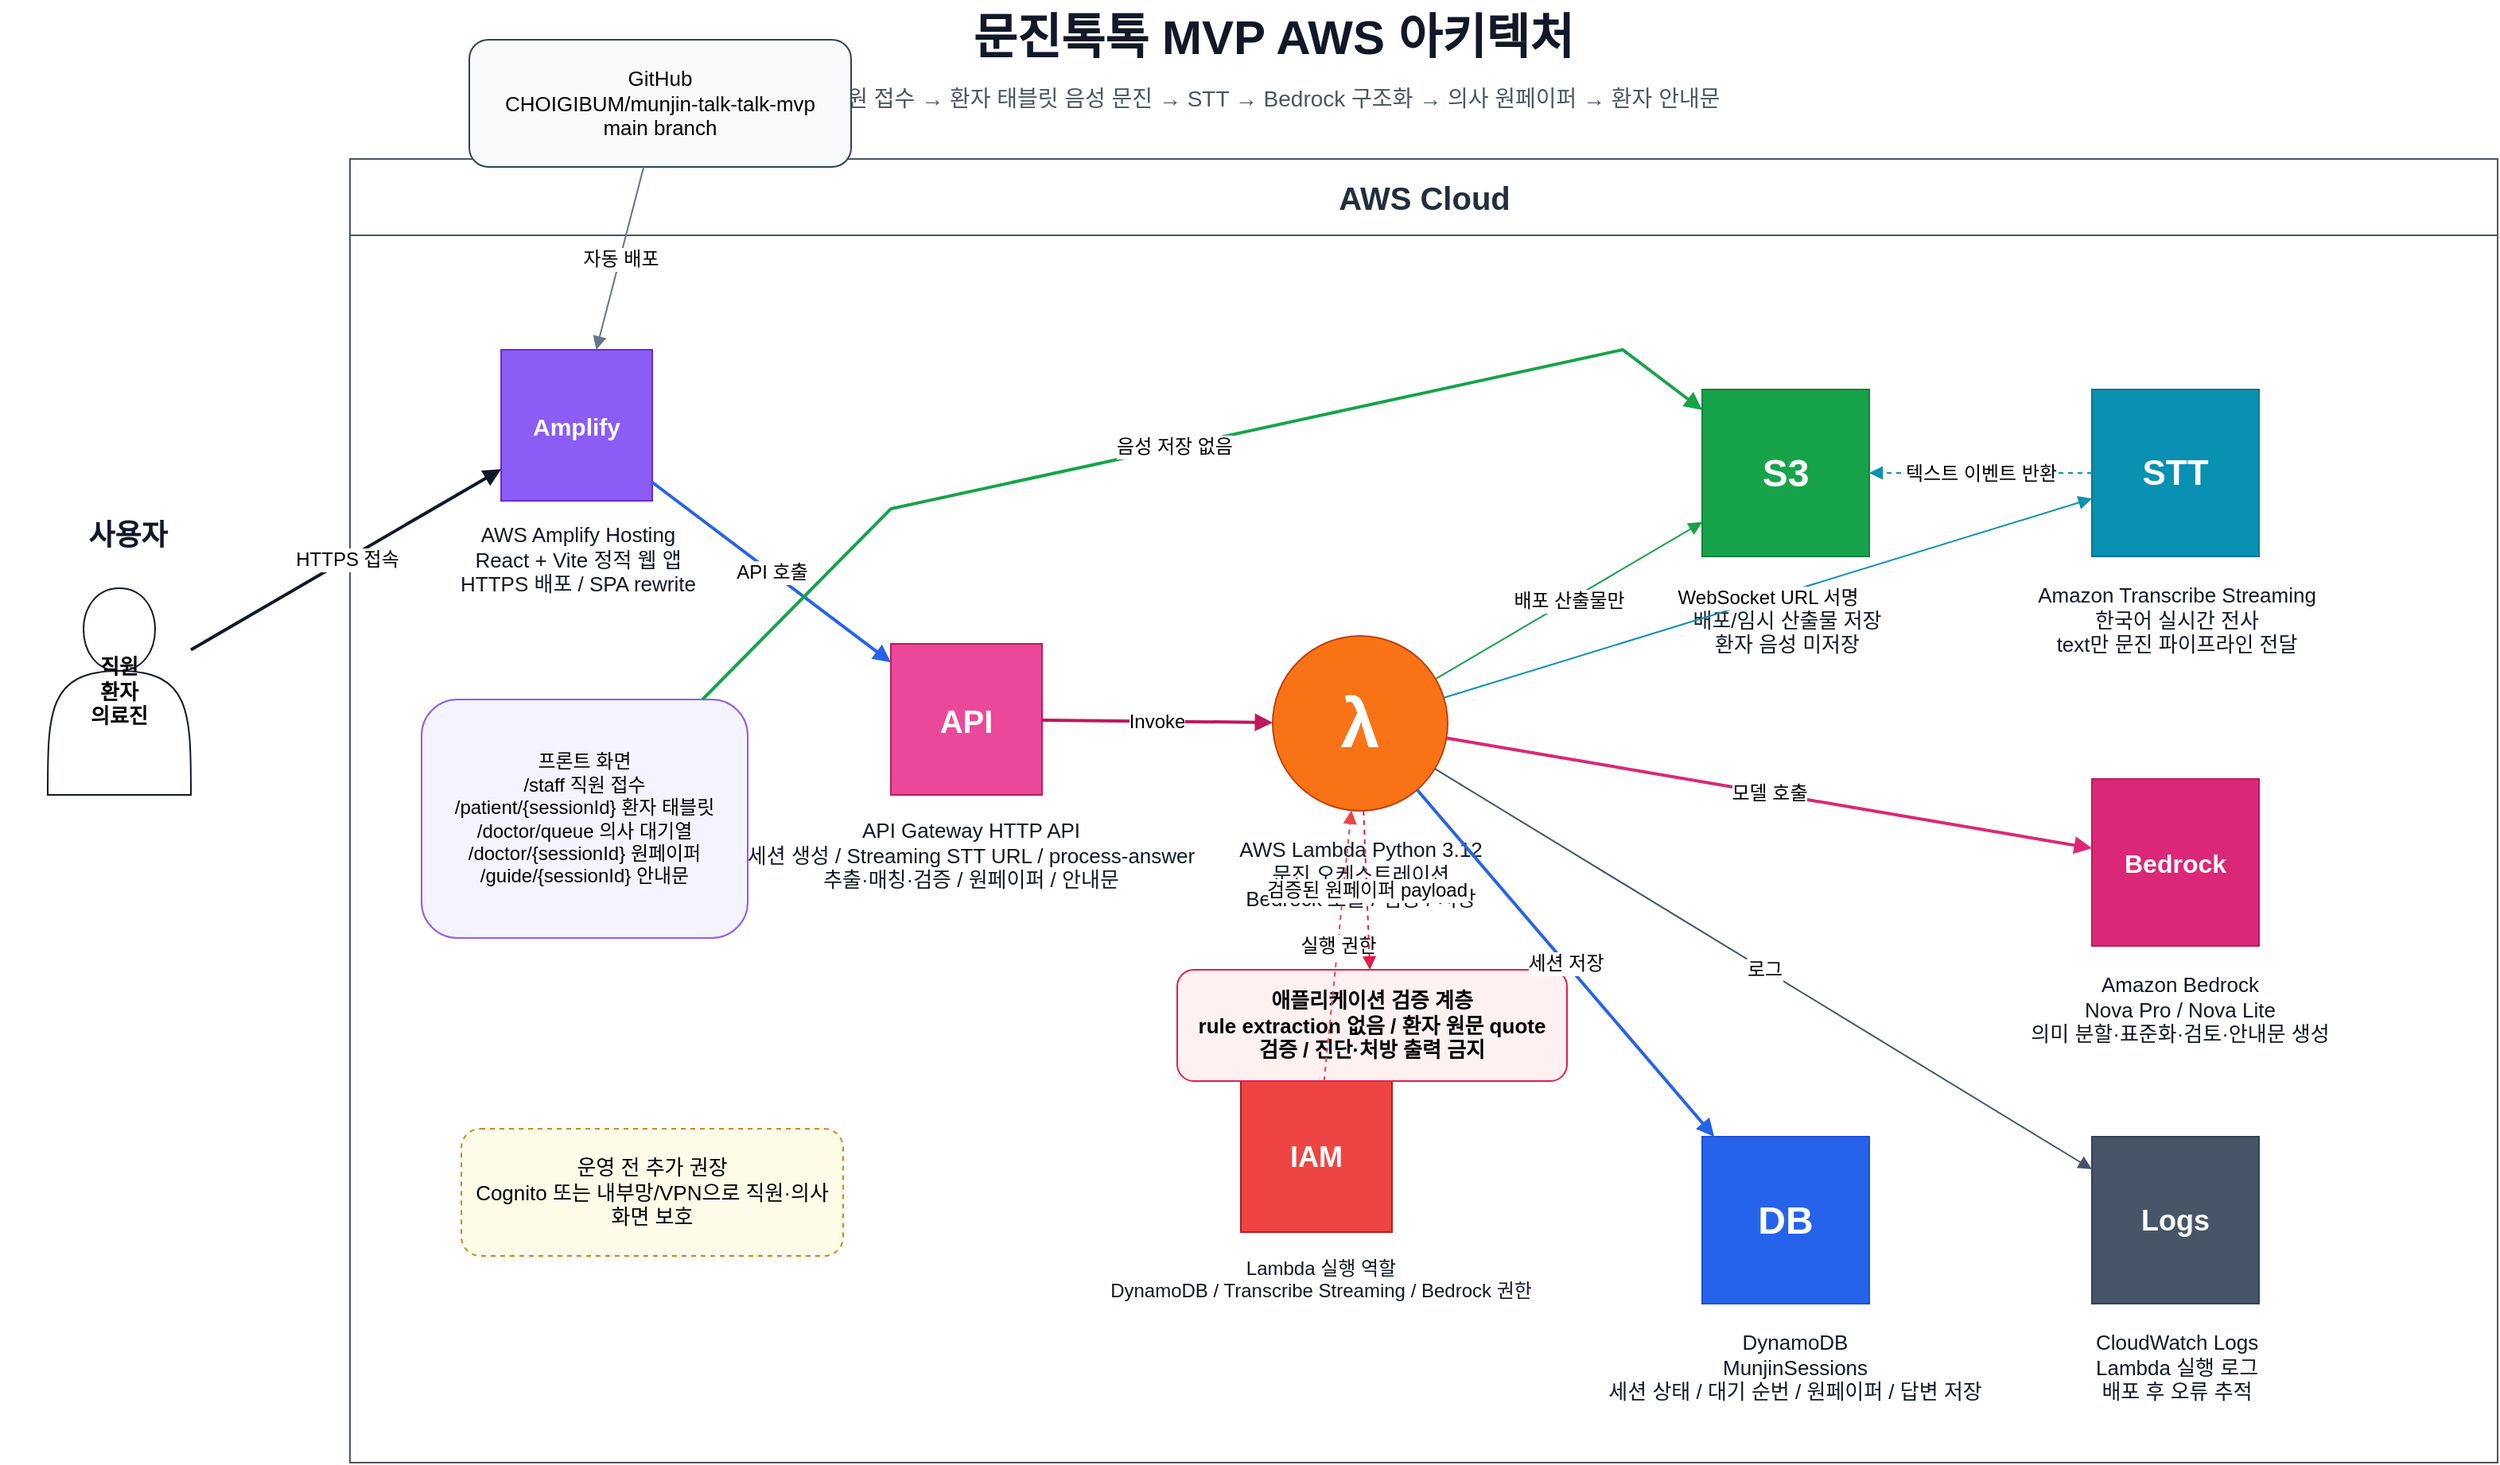
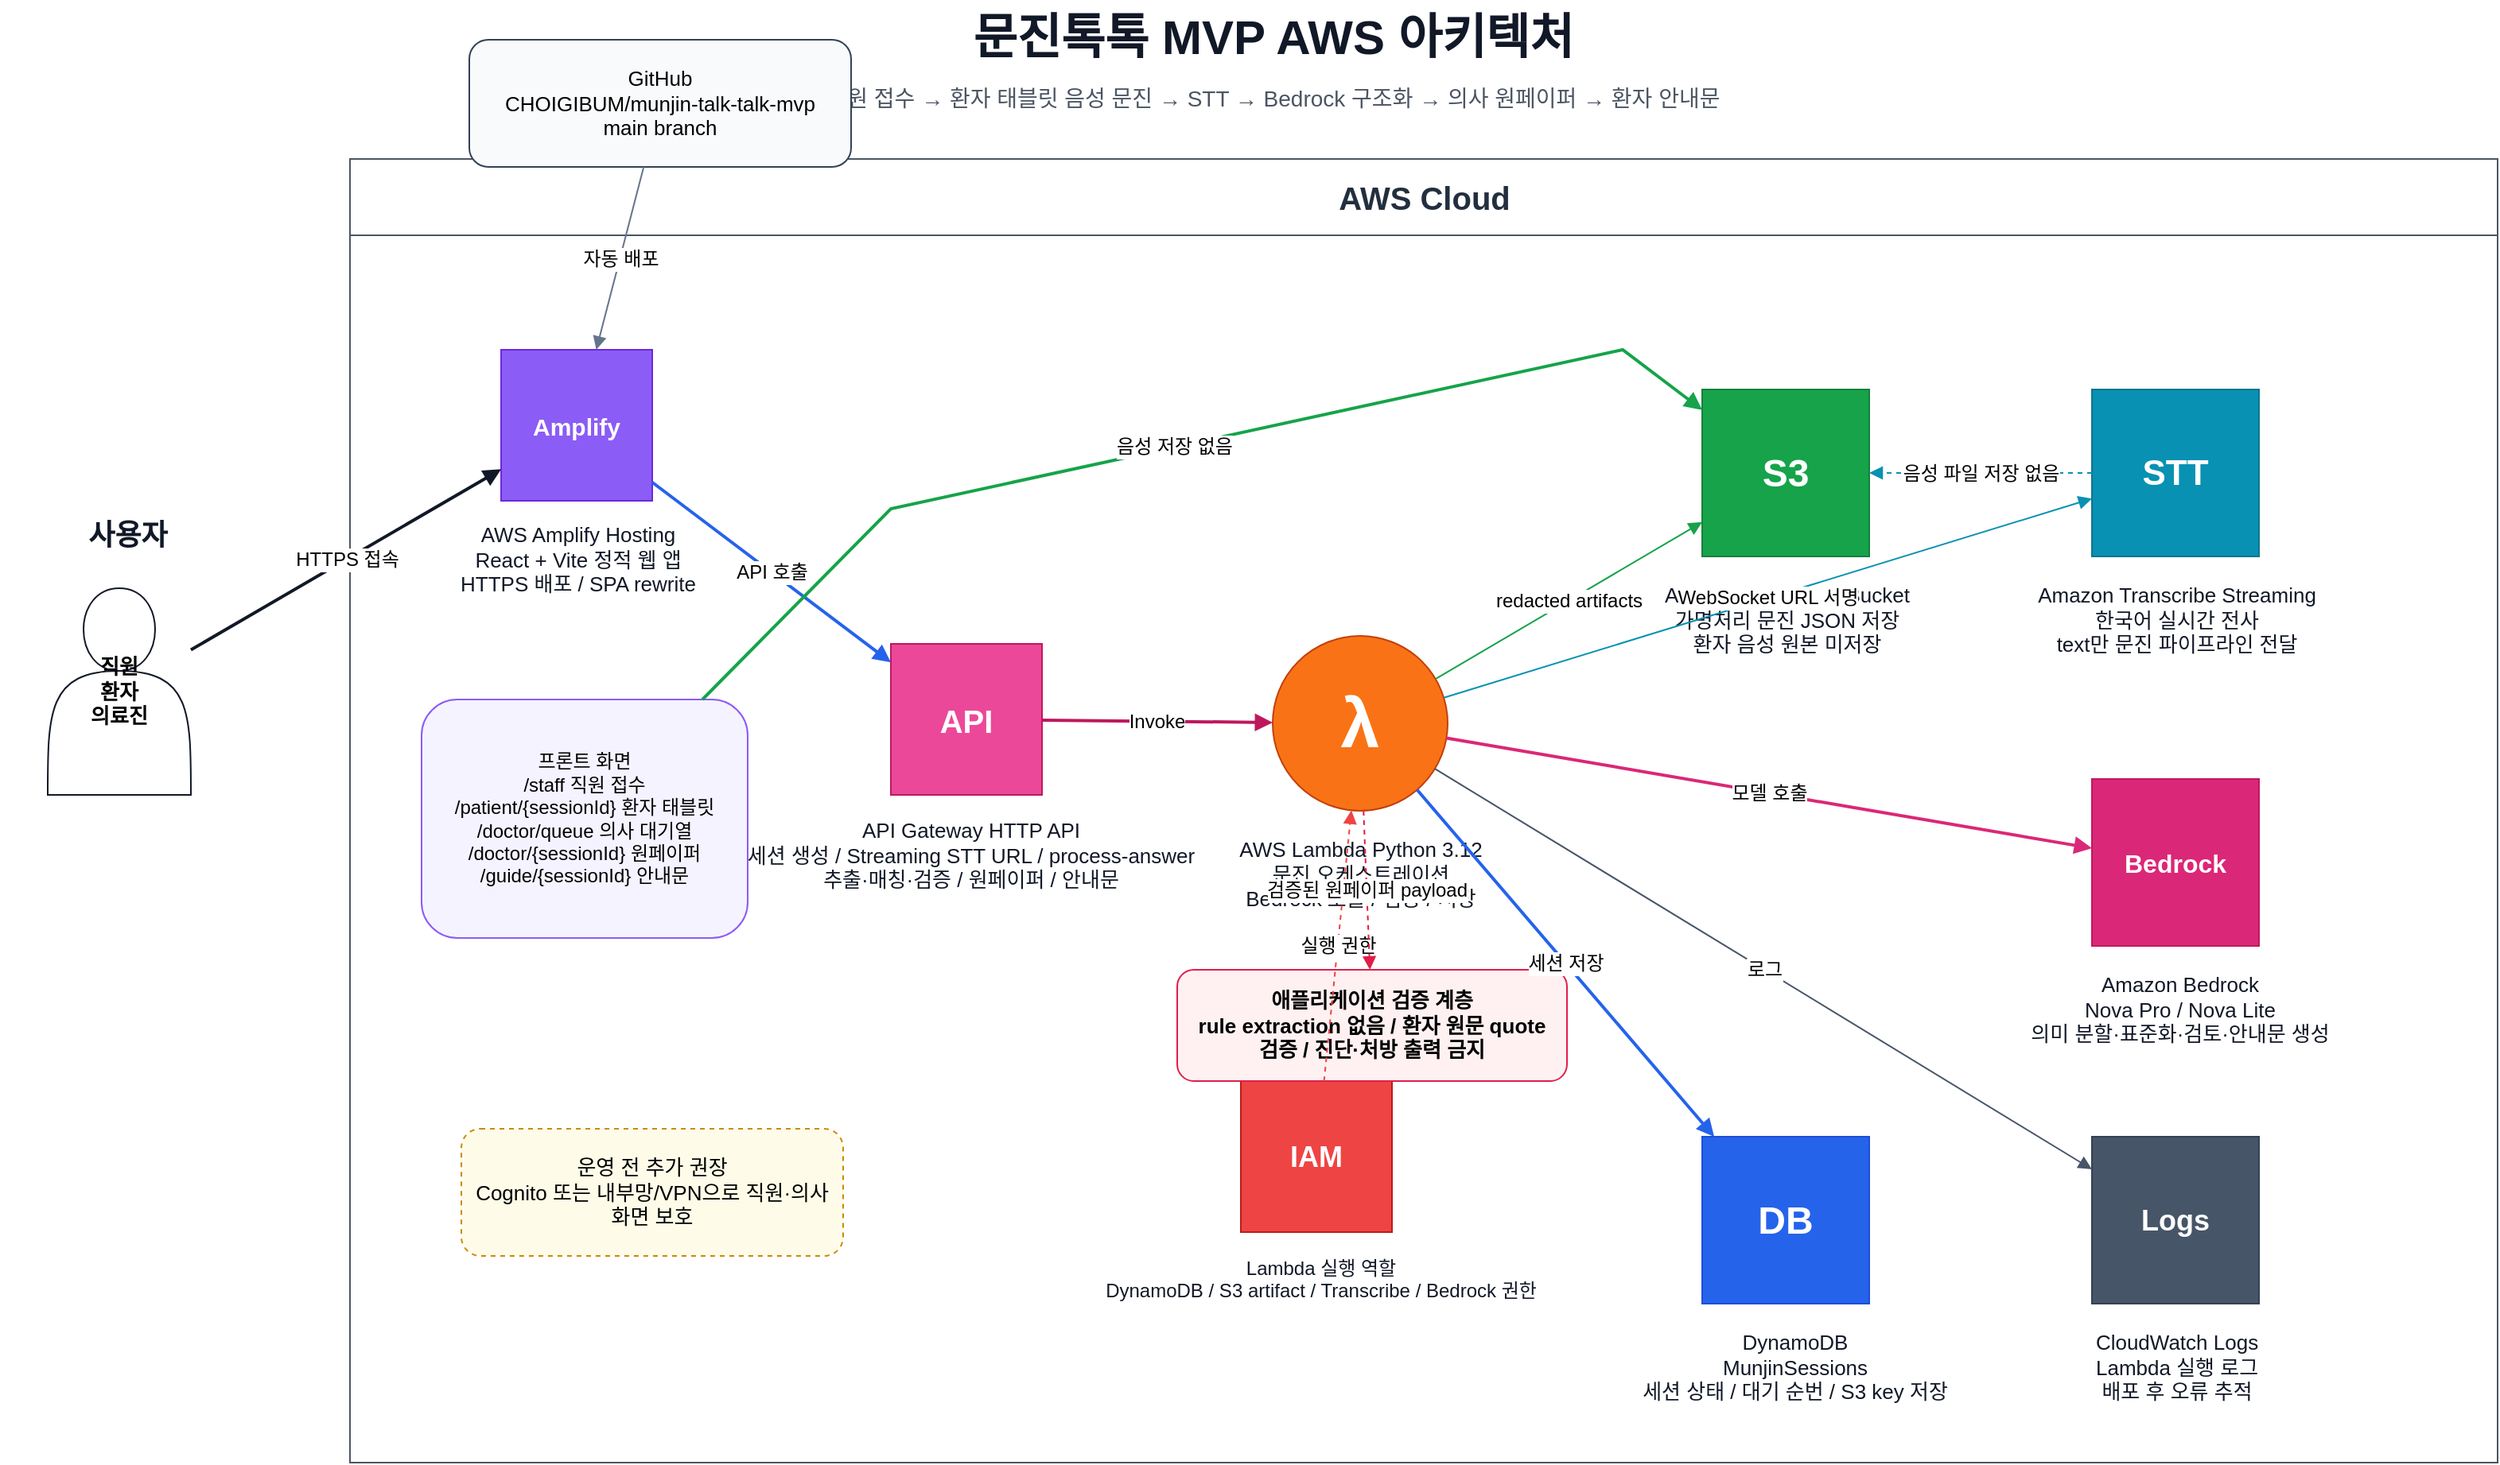
<mxfile host="app.diagrams.net" modified="2026-05-31T04:10:00.000Z" agent="Codex" version="24.7.17" type="device">
  <diagram id="munjin-architecture-ko" name="문진톡톡 MVP 아키텍처">
    <mxGraphModel dx="1700" dy="1050" grid="1" gridSize="10" guides="1" tooltips="1" connect="1" arrows="1" fold="1" page="1" pageScale="1" pageWidth="1700" pageHeight="1050" math="0" shadow="0">
      <root>
        <mxCell id="0" />
        <mxCell id="1" parent="0" />

        <mxCell id="title" value="문진톡톡 MVP AWS 아키텍처" style="text;html=1;strokeColor=none;fillColor=none;fontSize=30;fontStyle=1;fontColor=#111827;align=center;verticalAlign=middle;" vertex="1" parent="1">
          <mxGeometry x="470" y="30" width="760" height="45" as="geometry" />
        </mxCell>
        <mxCell id="subtitle" value="직원 접수 → 환자 태블릿 음성 문진 → STT → Bedrock 구조화 → 의사 원페이퍼 → 환자 안내문" style="text;html=1;strokeColor=none;fillColor=none;fontSize=14;fontColor=#4b5563;align=center;verticalAlign=middle;" vertex="1" parent="1">
          <mxGeometry x="360" y="78" width="980" height="28" as="geometry" />
        </mxCell>

        <mxCell id="awsCloud" value="AWS Cloud" style="swimlane;html=1;rounded=0;strokeColor=#4b5563;fillColor=#ffffff;fontSize=20;fontStyle=1;fontColor=#232f3e;startSize=48;horizontal=1;" vertex="1" parent="1">
          <mxGeometry x="270" y="130" width="1350" height="820" as="geometry" />
        </mxCell>

        <mxCell id="usersTitle" value="사용자" style="text;html=1;strokeColor=none;fillColor=none;fontSize=18;fontStyle=1;fontColor=#111827;align=center;" vertex="1" parent="1">
          <mxGeometry x="50" y="350" width="160" height="35" as="geometry" />
        </mxCell>
        <mxCell id="usersIcon" value="직원&#xa;환자&#xa;의료진" style="shape=actor;whiteSpace=wrap;html=1;fillColor=#ffffff;strokeColor=#111827;fontSize=13;fontStyle=1;" vertex="1" parent="1">
          <mxGeometry x="80" y="400" width="90" height="130" as="geometry" />
        </mxCell>

        <mxCell id="github" value="GitHub&#xa;CHOIGIBUM/munjin-talk-talk-mvp&#xa;main branch" style="rounded=1;whiteSpace=wrap;html=1;fillColor=#f8fafc;strokeColor=#334155;fontSize=13;spacing=8;" vertex="1" parent="1">
          <mxGeometry x="345" y="55" width="240" height="80" as="geometry" />
        </mxCell>

        <mxCell id="amplifyIcon" value="Amplify" style="rounded=0;whiteSpace=wrap;html=1;fillColor=#8b5cf6;strokeColor=#6d28d9;fontColor=#ffffff;fontSize=15;fontStyle=1;align=center;verticalAlign=middle;" vertex="1" parent="awsCloud">
          <mxGeometry x="95" y="120" width="95" height="95" as="geometry" />
        </mxCell>
        <mxCell id="amplifyLabel" value="AWS Amplify Hosting&#xa;React + Vite 정적 웹 앱&#xa;HTTPS 배포 / SPA rewrite" style="text;html=1;strokeColor=none;fillColor=none;fontSize=13;fontColor=#111827;align=center;" vertex="1" parent="awsCloud">
          <mxGeometry x="55" y="222" width="175" height="70" as="geometry" />
        </mxCell>

        <mxCell id="routes" value="프론트 화면&#xa;/staff 직원 접수&#xa;/patient/{sessionId} 환자 태블릿&#xa;/doctor/queue 의사 대기열&#xa;/doctor/{sessionId} 원페이퍼&#xa;/guide/{sessionId} 안내문" style="rounded=1;whiteSpace=wrap;html=1;fillColor=#f5f3ff;strokeColor=#8b5cf6;fontSize=12;spacing=8;" vertex="1" parent="awsCloud">
          <mxGeometry x="45" y="340" width="205" height="150" as="geometry" />
        </mxCell>

        <mxCell id="apiIcon" value="API" style="rounded=0;whiteSpace=wrap;html=1;fillColor=#ec4899;strokeColor=#be185d;fontColor=#ffffff;fontSize=20;fontStyle=1;align=center;verticalAlign=middle;" vertex="1" parent="awsCloud">
          <mxGeometry x="340" y="305" width="95" height="95" as="geometry" />
        </mxCell>
        <mxCell id="apiLabel" value="API Gateway HTTP API&#xa;세션 생성 / Streaming STT URL / process-answer&#xa;추출·매칭·검증 / 원페이퍼 / 안내문" style="text;html=1;strokeColor=none;fillColor=none;fontSize=13;fontColor=#111827;align=center;" vertex="1" parent="awsCloud">
          <mxGeometry x="270" y="408" width="240" height="70" as="geometry" />
        </mxCell>

        <mxCell id="lambdaIcon" value="λ" style="ellipse;whiteSpace=wrap;html=1;fillColor=#f97316;strokeColor=#c2410c;fontColor=#ffffff;fontSize=44;fontStyle=1;align=center;verticalAlign=middle;" vertex="1" parent="awsCloud">
          <mxGeometry x="580" y="300" width="110" height="110" as="geometry" />
        </mxCell>
        <mxCell id="lambdaLabel" value="AWS Lambda Python 3.12&#xa;문진 오케스트레이션&#xa;Bedrock 호출 / 검증 / 저장" style="text;html=1;strokeColor=none;fillColor=none;fontSize=13;fontColor=#111827;align=center;" vertex="1" parent="awsCloud">
          <mxGeometry x="520" y="420" width="230" height="65" as="geometry" />
        </mxCell>

        <mxCell id="iamIcon" value="IAM" style="rounded=0;whiteSpace=wrap;html=1;fillColor=#ef4444;strokeColor=#b91c1c;fontColor=#ffffff;fontSize=18;fontStyle=1;align=center;verticalAlign=middle;" vertex="1" parent="awsCloud">
          <mxGeometry x="560" y="580" width="95" height="95" as="geometry" />
        </mxCell>
-         <mxCell id="iamLabel" value="Lambda 실행 역할&#xa;DynamoDB / Transcribe Streaming / Bedrock 권한" style="text;html=1;strokeColor=none;fillColor=none;fontSize=12;fontColor=#111827;align=center;" vertex="1" parent="awsCloud">
+         <mxCell id="iamLabel" value="Lambda 실행 역할&#xa;DynamoDB / S3 artifact / Transcribe / Bedrock 권한" style="text;html=1;strokeColor=none;fillColor=none;fontSize=12;fontColor=#111827;align=center;" vertex="1" parent="awsCloud">
          <mxGeometry x="500" y="684" width="220" height="52" as="geometry" />
        </mxCell>

        <mxCell id="s3Icon" value="S3" style="rounded=0;whiteSpace=wrap;html=1;fillColor=#16a34a;strokeColor=#15803d;fontColor=#ffffff;fontSize=24;fontStyle=1;align=center;verticalAlign=middle;" vertex="1" parent="awsCloud">
          <mxGeometry x="850" y="145" width="105" height="105" as="geometry" />
        </mxCell>
-         <mxCell id="s3Label" value="Amazon S3&#xa;배포/임시 산출물 저장&#xa;환자 음성 미저장" style="text;html=1;strokeColor=none;fillColor=none;fontSize=13;fontColor=#111827;align=center;" vertex="1" parent="awsCloud">
+         <mxCell id="s3Label" value="Amazon S3 Artifact Bucket&#xa;가명처리 문진 JSON 저장&#xa;환자 음성 원본 미저장" style="text;html=1;strokeColor=none;fillColor=none;fontSize=13;fontColor=#111827;align=center;" vertex="1" parent="awsCloud">
          <mxGeometry x="785" y="260" width="235" height="65" as="geometry" />
        </mxCell>

        <mxCell id="transcribeIcon" value="STT" style="rounded=0;whiteSpace=wrap;html=1;fillColor=#0891b2;strokeColor=#0e7490;fontColor=#ffffff;fontSize=22;fontStyle=1;align=center;verticalAlign=middle;" vertex="1" parent="awsCloud">
          <mxGeometry x="1095" y="145" width="105" height="105" as="geometry" />
        </mxCell>
        <mxCell id="transcribeLabel" value="Amazon Transcribe Streaming&#xa;한국어 실시간 전사&#xa;text만 문진 파이프라인 전달" style="text;html=1;strokeColor=none;fillColor=none;fontSize=13;fontColor=#111827;align=center;" vertex="1" parent="awsCloud">
          <mxGeometry x="1040" y="260" width="215" height="65" as="geometry" />
        </mxCell>

        <mxCell id="bedrockIcon" value="Bedrock" style="rounded=0;whiteSpace=wrap;html=1;fillColor=#db2777;strokeColor=#be185d;fontColor=#ffffff;fontSize=16;fontStyle=1;align=center;verticalAlign=middle;" vertex="1" parent="awsCloud">
          <mxGeometry x="1095" y="390" width="105" height="105" as="geometry" />
        </mxCell>
        <mxCell id="bedrockLabel" value="Amazon Bedrock&#xa;Nova Pro / Nova Lite&#xa;의미 분할·표준화·검토·안내문 생성" style="text;html=1;strokeColor=none;fillColor=none;fontSize=13;fontColor=#111827;align=center;" vertex="1" parent="awsCloud">
          <mxGeometry x="1015" y="505" width="270" height="65" as="geometry" />
        </mxCell>

        <mxCell id="ddbIcon" value="DB" style="rounded=0;whiteSpace=wrap;html=1;fillColor=#2563eb;strokeColor=#1d4ed8;fontColor=#ffffff;fontSize=24;fontStyle=1;align=center;verticalAlign=middle;" vertex="1" parent="awsCloud">
          <mxGeometry x="850" y="615" width="105" height="105" as="geometry" />
        </mxCell>
-         <mxCell id="ddbLabel" value="DynamoDB&#xa;MunjinSessions&#xa;세션 상태 / 대기 순번 / 원페이퍼 / 답변 저장" style="text;html=1;strokeColor=none;fillColor=none;fontSize=13;fontColor=#111827;align=center;" vertex="1" parent="awsCloud">
+         <mxCell id="ddbLabel" value="DynamoDB&#xa;MunjinSessions&#xa;세션 상태 / 대기 순번 / S3 key 저장" style="text;html=1;strokeColor=none;fillColor=none;fontSize=13;fontColor=#111827;align=center;" vertex="1" parent="awsCloud">
          <mxGeometry x="785" y="730" width="245" height="65" as="geometry" />
        </mxCell>

        <mxCell id="cloudwatchIcon" value="Logs" style="rounded=0;whiteSpace=wrap;html=1;fillColor=#475569;strokeColor=#334155;fontColor=#ffffff;fontSize=18;fontStyle=1;align=center;verticalAlign=middle;" vertex="1" parent="awsCloud">
          <mxGeometry x="1095" y="615" width="105" height="105" as="geometry" />
        </mxCell>
        <mxCell id="cloudwatchLabel" value="CloudWatch Logs&#xa;Lambda 실행 로그&#xa;배포 후 오류 추적" style="text;html=1;strokeColor=none;fillColor=none;fontSize=13;fontColor=#111827;align=center;" vertex="1" parent="awsCloud">
          <mxGeometry x="1035" y="730" width="225" height="65" as="geometry" />
        </mxCell>

        <mxCell id="guardrail" value="애플리케이션 검증 계층&#xa;rule extraction 없음 / 환자 원문 quote 검증 / 진단·처방 출력 금지" style="rounded=1;whiteSpace=wrap;html=1;fillColor=#fff1f2;strokeColor=#e11d48;fontSize=13;fontStyle=1;spacing=8;" vertex="1" parent="awsCloud">
          <mxGeometry x="520" y="510" width="245" height="70" as="geometry" />
        </mxCell>

        <mxCell id="futureSecurity" value="운영 전 추가 권장&#xa;Cognito 또는 내부망/VPN으로 직원·의사 화면 보호" style="rounded=1;whiteSpace=wrap;html=1;dashed=1;fillColor=#fefce8;strokeColor=#ca8a04;fontSize=13;spacing=8;" vertex="1" parent="awsCloud">
          <mxGeometry x="70" y="610" width="240" height="80" as="geometry" />
        </mxCell>

        <mxCell id="eGitAmplify" value="자동 배포" style="endArrow=block;html=1;rounded=0;strokeColor=#64748b;fontSize=12;" edge="1" parent="1" source="github" target="amplifyIcon">
          <mxGeometry relative="1" as="geometry" />
        </mxCell>
        <mxCell id="eUserAmplify" value="HTTPS 접속" style="endArrow=block;html=1;rounded=0;strokeColor=#111827;fontSize=12;strokeWidth=2;" edge="1" parent="1" source="usersIcon" target="amplifyIcon">
          <mxGeometry relative="1" as="geometry" />
        </mxCell>
        <mxCell id="eAmplifyApi" value="API 호출" style="endArrow=block;html=1;rounded=0;strokeColor=#2563eb;fontSize=12;strokeWidth=2;" edge="1" parent="1" source="amplifyIcon" target="apiIcon">
          <mxGeometry relative="1" as="geometry" />
        </mxCell>
        <mxCell id="eApiLambda" value="Invoke" style="endArrow=block;html=1;rounded=0;strokeColor=#be185d;fontSize=12;strokeWidth=2;" edge="1" parent="1" source="apiIcon" target="lambdaIcon">
          <mxGeometry relative="1" as="geometry" />
        </mxCell>
        <mxCell id="ePatientS3" value="음성 저장 없음" style="endArrow=block;html=1;rounded=0;strokeColor=#16a34a;fontSize=12;strokeWidth=2;" edge="1" parent="1" source="routes" target="s3Icon">
          <mxGeometry relative="1" as="geometry">
            <Array as="points">
              <mxPoint x="610" y="350" />
              <mxPoint x="1070" y="250" />
            </Array>
          </mxGeometry>
        </mxCell>
-         <mxCell id="eLambdaS3" value="배포 산출물만" style="endArrow=block;html=1;rounded=0;strokeColor=#16a34a;fontSize=12;" edge="1" parent="1" source="lambdaIcon" target="s3Icon">
+         <mxCell id="eLambdaS3" value="redacted artifacts" style="endArrow=block;html=1;rounded=0;strokeColor=#16a34a;fontSize=12;" edge="1" parent="1" source="lambdaIcon" target="s3Icon">
          <mxGeometry relative="1" as="geometry" />
        </mxCell>
        <mxCell id="eLambdaTranscribe" value="WebSocket URL 서명" style="endArrow=block;html=1;rounded=0;strokeColor=#0891b2;fontSize=12;" edge="1" parent="1" source="lambdaIcon" target="transcribeIcon">
          <mxGeometry relative="1" as="geometry" />
        </mxCell>
-         <mxCell id="eTranscribeS3" value="텍스트 이벤트 반환" style="endArrow=block;html=1;rounded=0;strokeColor=#0891b2;fontSize=12;dashed=1;" edge="1" parent="1" source="transcribeIcon" target="s3Icon">
+         <mxCell id="eTranscribeS3" value="음성 파일 저장 없음" style="endArrow=block;html=1;rounded=0;strokeColor=#0891b2;fontSize=12;dashed=1;" edge="1" parent="1" source="transcribeIcon" target="s3Icon">
          <mxGeometry relative="1" as="geometry" />
        </mxCell>
        <mxCell id="eLambdaBedrock" value="모델 호출" style="endArrow=block;html=1;rounded=0;strokeColor=#db2777;fontSize=12;strokeWidth=2;" edge="1" parent="1" source="lambdaIcon" target="bedrockIcon">
          <mxGeometry relative="1" as="geometry" />
        </mxCell>
        <mxCell id="eLambdaDdb" value="세션 저장" style="endArrow=block;html=1;rounded=0;strokeColor=#2563eb;fontSize=12;strokeWidth=2;" edge="1" parent="1" source="lambdaIcon" target="ddbIcon">
          <mxGeometry relative="1" as="geometry" />
        </mxCell>
        <mxCell id="eLambdaLogs" value="로그" style="endArrow=block;html=1;rounded=0;strokeColor=#475569;fontSize=12;" edge="1" parent="1" source="lambdaIcon" target="cloudwatchIcon">
          <mxGeometry relative="1" as="geometry" />
        </mxCell>
        <mxCell id="eIamLambda" value="실행 권한" style="endArrow=block;html=1;rounded=0;strokeColor=#ef4444;fontSize=12;dashed=1;" edge="1" parent="1" source="iamIcon" target="lambdaIcon">
          <mxGeometry relative="1" as="geometry" />
        </mxCell>
        <mxCell id="eGuardLambda" value="검증된 원페이퍼 payload" style="endArrow=block;html=1;rounded=0;strokeColor=#e11d48;fontSize=12;dashed=1;" edge="1" parent="1" source="lambdaIcon" target="guardrail">
          <mxGeometry relative="1" as="geometry" />
        </mxCell>
      </root>
    </mxGraphModel>
  </diagram>
</mxfile>
